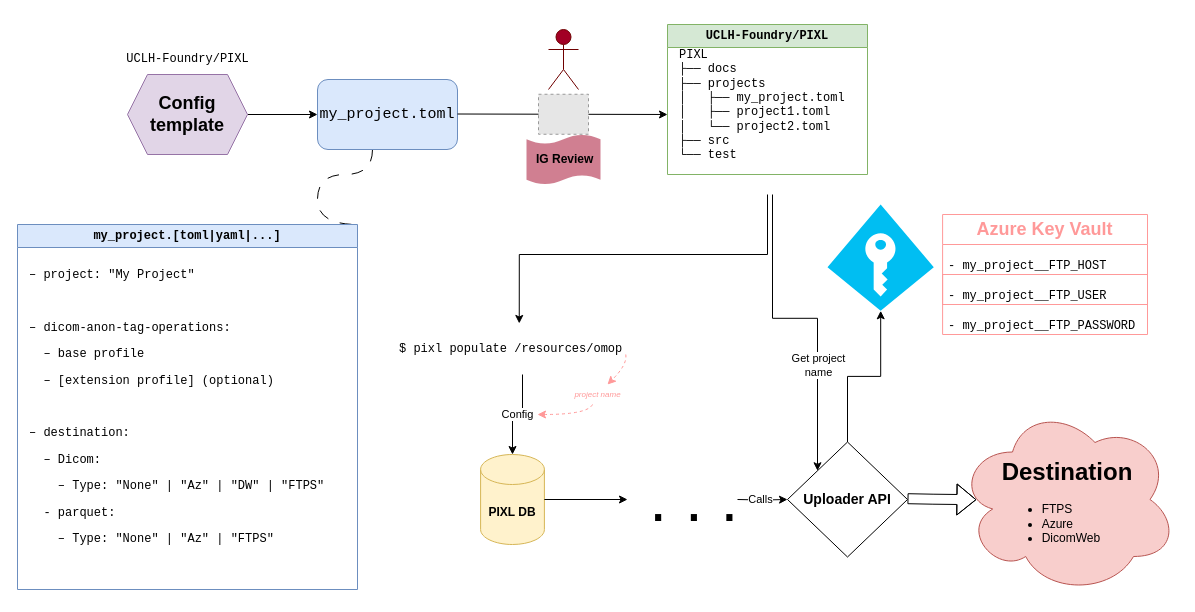
This is docs/design/diagrams/pixl-multi-project-config.drawio from SAFEHR-data/PIXL, a draw.io file, before an edit. Source tidied: cells renumbered, new cells numbered last; positions are measured from the earlier drawing's top-left corner, leaving out a move shared by most shapes. Both pictures are drawn from the tidied source at 100%, with x=0, y=0 at pixel (17, 24). Pictures stored in the file or linked from it are replaced by grey dashed boxes.
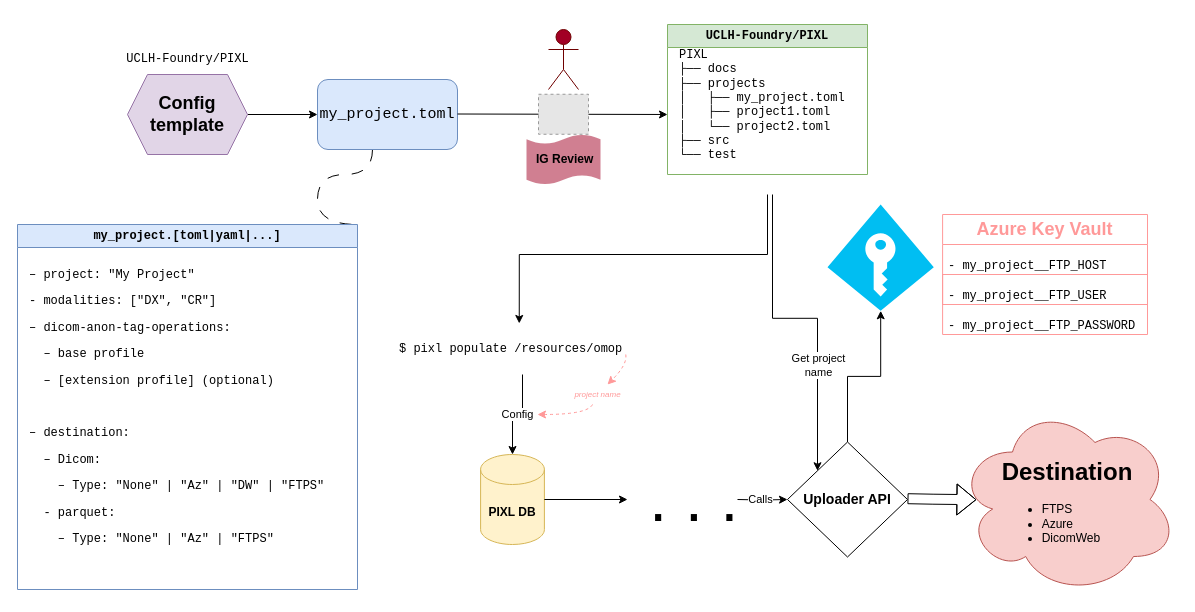
Above is the later version.

Commit message (it also covers changes not shown here):
Update config design diagram

Unchanged cells that the change refers to:
```xml
<mxCell id="29" value="&lt;pre&gt;my_project.[toml|yaml|...]&lt;/pre&gt;" style="swimlane;whiteSpace=wrap;html=1;fillColor=#dae8fc;strokeColor=#6c8ebf;" parent="1" vertex="1">
  <mxGeometry y="200" width="340" height="365" as="geometry" />
</mxCell>
```

The edit, as a diff of the source:
```diff
@@
-    <mxCell id="30" value="&lt;pre&gt;– project: &quot;My Project&quot;&lt;/pre&gt;&lt;pre&gt;&lt;br&gt;&lt;/pre&gt;&lt;pre&gt;– dicom-anon-tag-operations:&lt;/pre&gt;&lt;pre&gt;  – base profile&lt;/pre&gt;&lt;pre&gt;  – [extension profile] (optional)&lt;/pre&gt;&lt;pre&gt;&lt;br&gt;&lt;/pre&gt;&lt;pre&gt;– destination:&lt;/pre&gt;&lt;pre&gt;  – Dicom:&lt;/pre&gt;&lt;pre&gt;    – Type: &quot;None&quot; | &quot;Az&quot; | &quot;DW&quot; | &quot;FTPS&quot;&lt;/pre&gt;&lt;pre&gt;  - parquet:&lt;/pre&gt;&lt;pre&gt;&lt;pre style=&quot;border-color: var(--border-color);&quot;&gt;&lt;pre style=&quot;border-color: var(--border-color);&quot;&gt;    – Type: &quot;None&quot; | &quot;Az&quot; | &quot;FTPS&quot;&lt;/pre&gt;&lt;pre&gt;&lt;br&gt;&lt;/pre&gt;&lt;/pre&gt;&lt;/pre&gt;" style="text;html=1;align=left;verticalAlign=top;strokeColor=none;fillColor=none;" parent="29" vertex="1">
+    <mxCell id="30" value="&lt;pre&gt;– project: &quot;My Project&quot;&lt;/pre&gt;&lt;pre&gt;- modalities: [&quot;DX&quot;, &quot;CR&quot;] &lt;/pre&gt;&lt;pre&gt;– dicom-anon-tag-operations:&lt;/pre&gt;&lt;pre&gt;  – base profile&lt;/pre&gt;&lt;pre&gt;  – [extension profile] (optional)&lt;/pre&gt;&lt;pre&gt;&lt;br&gt;&lt;/pre&gt;&lt;pre&gt;– destination:&lt;/pre&gt;&lt;pre&gt;  – Dicom:&lt;/pre&gt;&lt;pre&gt;    – Type: &quot;None&quot; | &quot;Az&quot; | &quot;DW&quot; | &quot;FTPS&quot;&lt;/pre&gt;&lt;pre&gt;  - parquet:&lt;/pre&gt;&lt;pre&gt;&lt;pre style=&quot;border-color: var(--border-color);&quot;&gt;&lt;pre style=&quot;border-color: var(--border-color);&quot;&gt;    – Type: &quot;None&quot; | &quot;Az&quot; | &quot;FTPS&quot;&lt;/pre&gt;&lt;pre&gt;&lt;br&gt;&lt;/pre&gt;&lt;/pre&gt;&lt;/pre&gt;" style="text;html=1;align=left;verticalAlign=top;strokeColor=none;fillColor=none;" parent="29" vertex="1">
       <mxGeometry x="10" y="25" width="320" height="340" as="geometry" />
     </mxCell>
```
